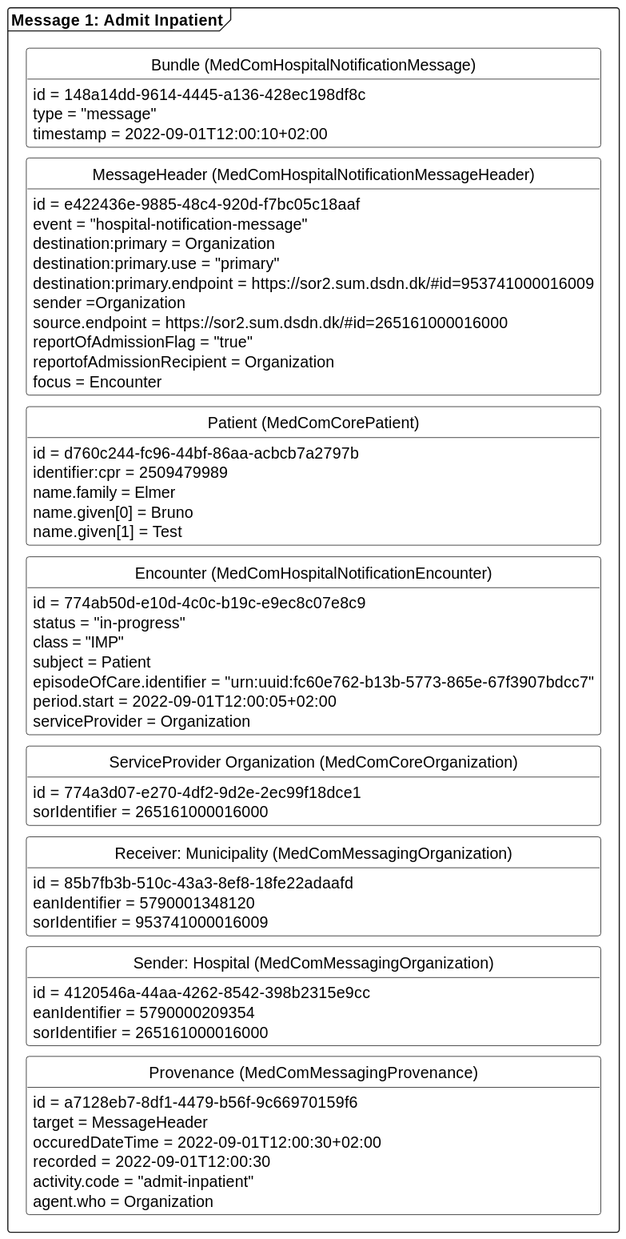
Before: docs/assets/images/HNAdmitInPat.svg, a diagram exported from PlantUML (medcomdk/dk-medcom-hospitalnotification).
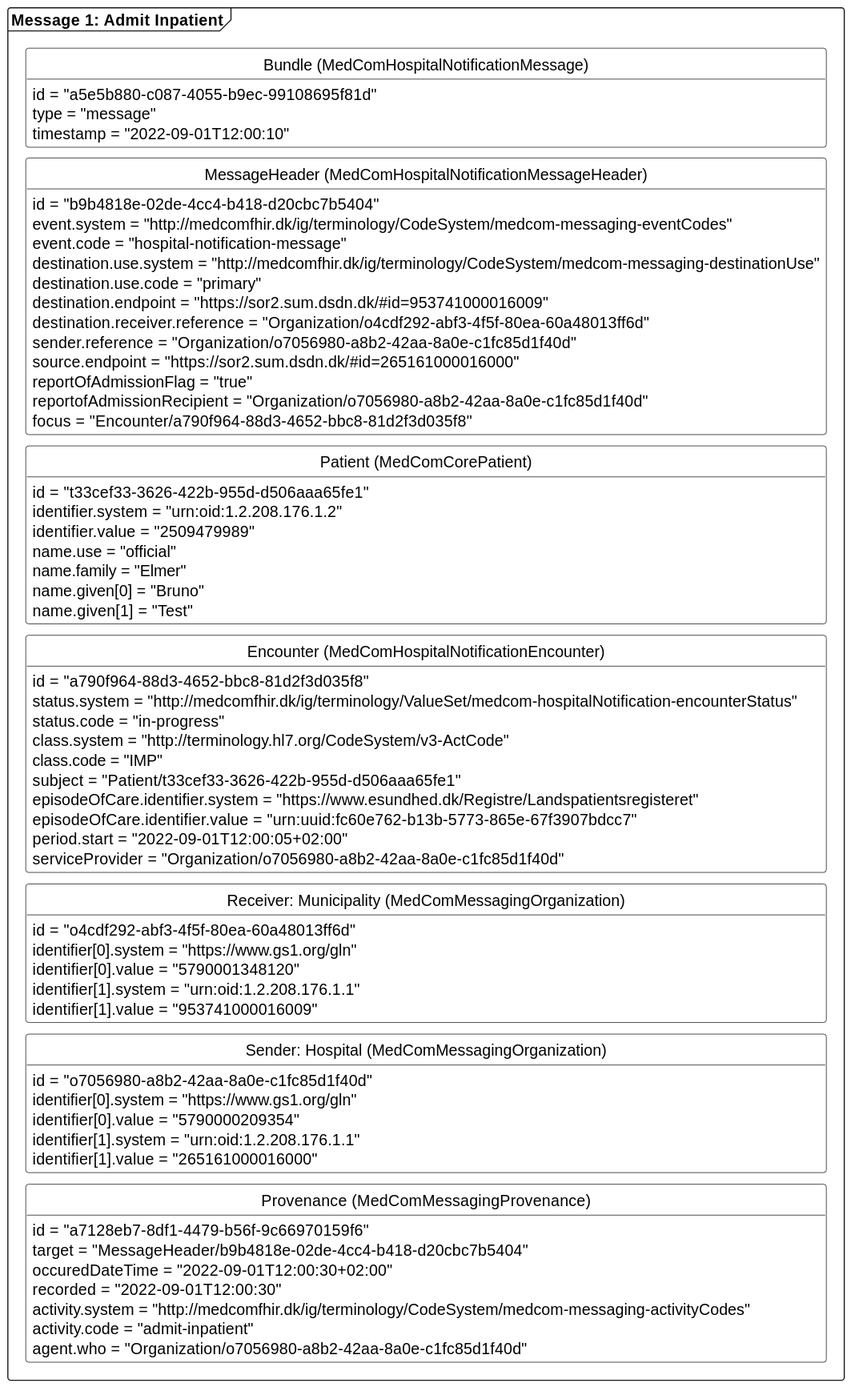
The same file after the commit.

Diff of the diagram source:
```diff
@@ -11,70 +11,76 @@
 skinparam Ranksep 10
 
 package "Message 1: Admit Inpatient" as admit <<Frame>>{
-    class "Bundle (MedComHospitalNotificationMessage)" as admitB{
-        id = 148a14dd-9614-4445-a136-428ec198df8c
+     class "Bundle (MedComHospitalNotificationMessage)" as admitB{
+        id = "a5e5b880-c087-4055-b9ec-99108695f81d"
         type = "message"
-        timestamp = 2022-09-01T12:00:10+02:00
+        timestamp = "2022-09-01T12:00:10"
     }
     class "MessageHeader (MedComHospitalNotificationMessageHeader)" as admitMH{
-        id = e422436e-9885-48c4-920d-f7bc05c18aaf
-        event = "hospital-notification-message"
-        destination:primary = Organization
-        destination:primary.use = "primary"
-        destination:primary.endpoint = https://sor2.sum.dsdn.dk/#id=953741000016009
-        sender =Organization
-        source.endpoint = https://sor2.sum.dsdn.dk/#id=265161000016000
+        id = "b9b4818e-02de-4cc4-b418-d20cbc7b5404"
+        event.system = "http://medcomfhir.dk/ig/terminology/CodeSystem/medcom-messaging-eventCodes"
+        event.code = "hospital-notification-message"
+        destination.use.system = "http://medcomfhir.dk/ig/terminology/CodeSystem/medcom-messaging-destinationUse"
+        destination.use.code = "primary"
+        destination.endpoint = "https://sor2.sum.dsdn.dk/#id=953741000016009"
+        destination.receiver.reference = "Organization/o4cdf292-abf3-4f5f-80ea-60a48013ff6d"
+        sender.reference = "Organization/o7056980-a8b2-42aa-8a0e-c1fc85d1f40d"
+        source.endpoint = "https://sor2.sum.dsdn.dk/#id=265161000016000"
         reportOfAdmissionFlag = "true"
-        reportofAdmissionRecipient = Organization
-        focus = Encounter
+        reportofAdmissionRecipient = "Organization/o7056980-a8b2-42aa-8a0e-c1fc85d1f40d"
+        focus = "Encounter/a790f964-88d3-4652-bbc8-81d2f3d035f8"
     }
     class "Patient (MedComCorePatient)" as admitPT{
-        id = d760c244-fc96-44bf-86aa-acbcb7a2797b
-        identifier:cpr = 2509479989
-        name.family = Elmer
-        name.given[0] = Bruno
-        name.given[1] = Test
+        id = "t33cef33-3626-422b-955d-d506aaa65fe1"
+        identifier.system = "urn:oid:1.2.208.176.1.2"
+        identifier.value = "2509479989"
+        name.use = "official"
+        name.family = "Elmer"
+        name.given[0] = "Bruno"
+        name.given[1] = "Test"
     }
     class "Encounter (MedComHospitalNotificationEncounter)" as admitENC{
-        id = 774ab50d-e10d-4c0c-b19c-e9ec8c07e8c9
-        status = "in-progress"
-        class = "IMP"
-        subject = Patient
-        episodeOfCare.identifier = "urn:uuid:fc60e762-b13b-5773-865e-67f3907bdcc7"
-        period.start = 2022-09-01T12:00:05+02:00
-        serviceProvider = Organization
-    }
-    class "ServiceProvider Organization (MedComCoreOrganization)" as admitSPOrg{
-        id = 774a3d07-e270-4df2-9d2e-2ec99f18dce1
-        sorIdentifier = 265161000016000
+        id = "a790f964-88d3-4652-bbc8-81d2f3d035f8"
+        status.system = "http://medcomfhir.dk/ig/terminology/ValueSet/medcom-hospitalNotification-encounterStatus"
+        status.code = "in-progress"
+        class.system = "http://terminology.hl7.org/CodeSystem/v3-ActCode"
+        class.code = "IMP"
+        subject = "Patient/t33cef33-3626-422b-955d-d506aaa65fe1"
+        episodeOfCare.identifier.system = "https://www.esundhed.dk/Registre/Landspatientsregisteret"
+        episodeOfCare.identifier.value = "urn:uuid:fc60e762-b13b-5773-865e-67f3907bdcc7"
+        period.start = "2022-09-01T12:00:05+02:00"
+        serviceProvider = "Organization/o7056980-a8b2-42aa-8a0e-c1fc85d1f40d"
     }
     class "Receiver: Municipality (MedComMessagingOrganization)" as admitROrg{
-        id = 85b7fb3b-510c-43a3-8ef8-18fe22adaafd
-        eanIdentifier = 5790001348120
-        sorIdentifier = 953741000016009
+        id = "o4cdf292-abf3-4f5f-80ea-60a48013ff6d"
+        identifier[0].system = "https://www.gs1.org/gln"
+        identifier[0].value = "5790001348120"
+        identifier[1].system = "urn:oid:1.2.208.176.1.1"
+        identifier[1].value = "953741000016009"
     }
     class "Sender: Hospital (MedComMessagingOrganization)" as admitSOrg{
-        id = 4120546a-44aa-4262-8542-398b2315e9cc
-        eanIdentifier = 5790000209354
-        sorIdentifier = 265161000016000
+        id = "o7056980-a8b2-42aa-8a0e-c1fc85d1f40d"
+        identifier[0].system = "https://www.gs1.org/gln"
+        identifier[0].value = "5790000209354"
+        identifier[1].system = "urn:oid:1.2.208.176.1.1"
+        identifier[1].value = "265161000016000"
     }
     class "Provenance  (MedComMessagingProvenance)" as admitPRO{
-        id = a7128eb7-8df1-4479-b56f-9c66970159f6
-        target = MessageHeader
-        occuredDateTime = 2022-09-01T12:00:30+02:00
-        recorded = 2022-09-01T12:00:30
+        id = "a7128eb7-8df1-4479-b56f-9c66970159f6"
+        target = "MessageHeader/b9b4818e-02de-4cc4-b418-d20cbc7b5404"
+        occuredDateTime = "2022-09-01T12:00:30+02:00"
+        recorded = "2022-09-01T12:00:30"
+        activity.system = "http://medcomfhir.dk/ig/terminology/CodeSystem/medcom-messaging-activityCodes"
         activity.code = "admit-inpatient"
-        agent.who = Organization
+        agent.who = "Organization/o7056980-a8b2-42aa-8a0e-c1fc85d1f40d"
     }
 
 admitB -[hidden]- admitMH
 admitMH-[hidden]-admitPT
 admitPT-[hidden]-admitENC
-admitENC-[hidden]-admitSPOrg
-admitSPOrg-[hidden]-admitROrg
+admitENC-[hidden]-admitROrg
 admitROrg-[hidden]-admitSOrg
 admitSOrg-[hidden]-admitPRO
 }
 
-
 @enduml
```
